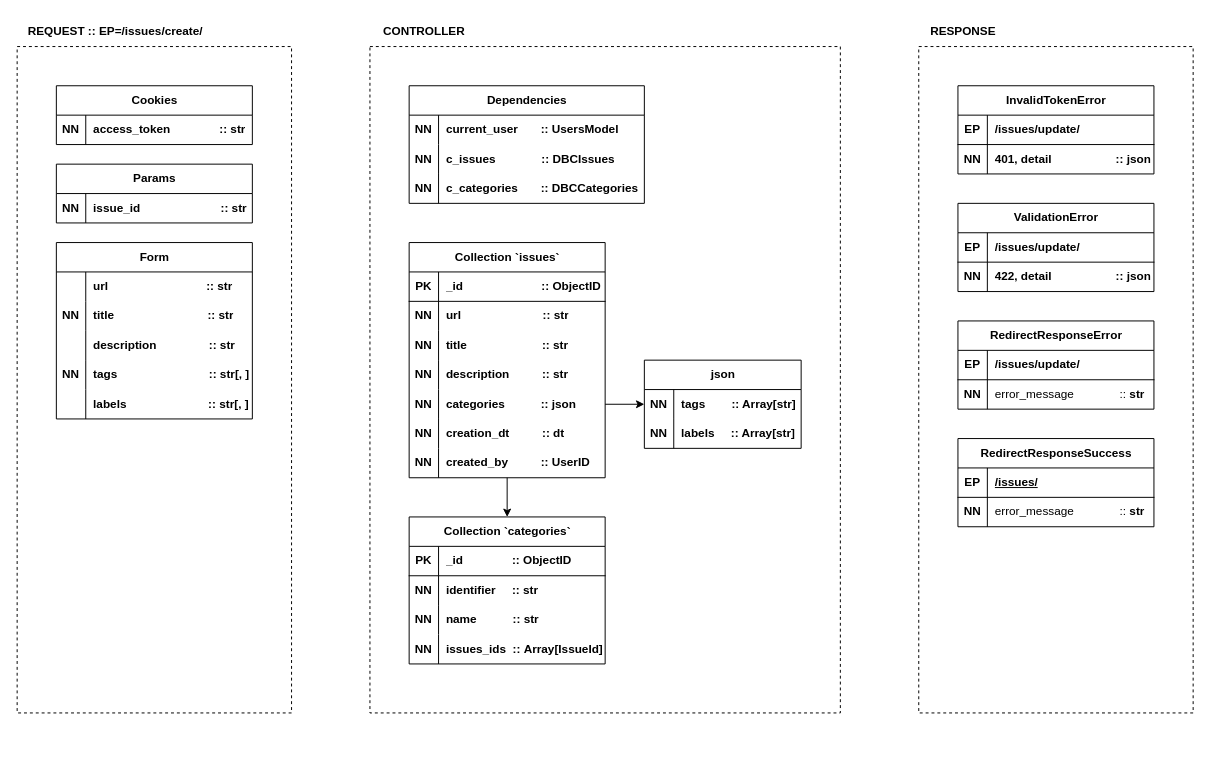
ames0k0/Ticket keeps this draw.io diagram as page "/issues/update/post" (4 of 4) of contributors/__docs/Diagram.drawio. Above is the earlier version. Source tidied: cells renumbered, new cells numbered last; positions are measured from the earlier drawing's top-left corner, leaving out a move shared by most shapes. Both pictures are drawn from the tidied source at 98%, with x=0, y=0 at pixel (17, 17).
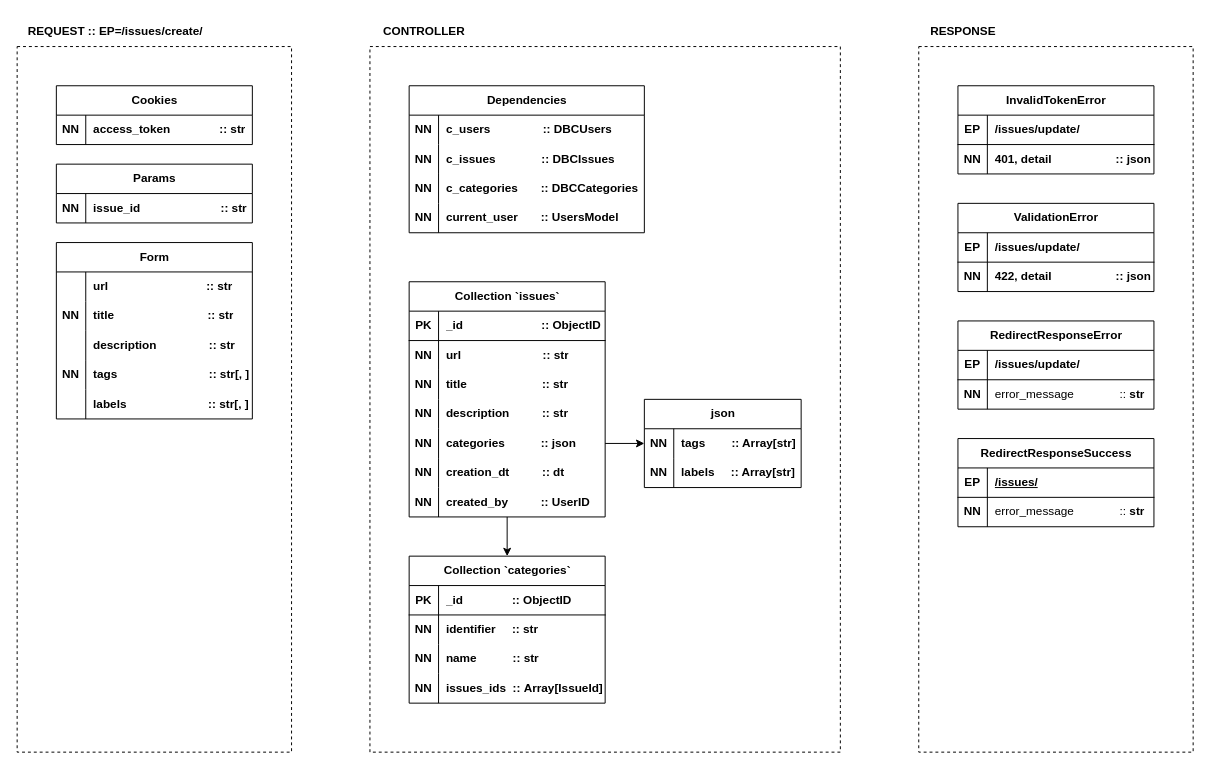
The same diagram, later.

Commit message (it also covers changes not shown here):
[ticket] Contributors: Issues::Update::POST

Unchanged cells that the change refers to:
```xml
<mxCell id="105" style="shape=tableRow;horizontal=0;startSize=0;swimlaneHead=0;swimlaneBody=0;fillColor=none;top=0;left=0;right=0;bottom=0;" parent="104" vertex="1">
  <mxGeometry y="30" width="240" height="30" as="geometry" />
</mxCell>
```

Diff of the diagram source:
```diff
@@
     <mxCell id="19" value="Collection `issues`" style="shape=table;startSize=30;childLayout=tableLayout;rowLines=0;fontStyle=1;align=center;html=1;" parent="1" vertex="1">
-      <mxGeometry x="400" y="230" width="200" height="240" as="geometry" />
+      <mxGeometry x="400" y="270" width="200" height="240" as="geometry" />
     </mxCell>
@@
     <mxCell id="41" value="json" style="shape=table;startSize=30;childLayout=tableLayout;rowLines=0;fontStyle=1;align=center;html=1;" parent="1" vertex="1">
-      <mxGeometry x="640" y="350" width="160" height="90" as="geometry" />
+      <mxGeometry x="640" y="390" width="160" height="90" as="geometry" />
     </mxCell>
@@
     <mxCell id="49" value="Collection `categories`" style="shape=table;startSize=30;childLayout=tableLayout;rowLines=0;fontStyle=1;align=center;html=1;" parent="1" vertex="1">
-      <mxGeometry x="400" y="510" width="200" height="150" as="geometry" />
+      <mxGeometry x="400" y="550" width="200" height="150" as="geometry" />
     </mxCell>
@@
     <mxCell id="76" style="endArrow=none;dashed=1;html=1;rounded=0;" parent="1" edge="1">
       <mxGeometry relative="1" as="geometry">
         <mxPoint y="30" as="sourcePoint" />
         <mxPoint y="30" as="targetPoint" />
         <Array as="points">
           <mxPoint x="280" y="30" />
-          <mxPoint x="280" y="710" />
-          <mxPoint y="710" />
+          <mxPoint x="280" y="750" />
+          <mxPoint y="750" />
         </Array>
       </mxGeometry>
     </mxCell>
     <mxCell id="77" style="endArrow=none;dashed=1;html=1;rounded=0;" parent="1" edge="1">
       <mxGeometry relative="1" as="geometry">
         <mxPoint x="360" y="30" as="sourcePoint" />
         <mxPoint x="360" y="30" as="targetPoint" />
         <Array as="points">
           <mxPoint x="840" y="30" />
-          <mxPoint x="840" y="710" />
-          <mxPoint x="360" y="710" />
+          <mxPoint x="840" y="750" />
+          <mxPoint x="360" y="750" />
         </Array>
       </mxGeometry>
     </mxCell>
@@
     <mxCell id="79" style="endArrow=none;dashed=1;html=1;rounded=0;" parent="1" edge="1">
       <mxGeometry relative="1" as="geometry">
         <mxPoint x="920" y="30" as="sourcePoint" />
         <mxPoint x="920" y="30" as="targetPoint" />
         <Array as="points">
           <mxPoint x="1200" y="30" />
-          <mxPoint x="1200" y="710" />
-          <mxPoint x="920" y="710" />
+          <mxPoint x="1200" y="750" />
+          <mxPoint x="920" y="750" />
         </Array>
       </mxGeometry>
     </mxCell>
@@
     <mxCell id="104" value="Dependencies" style="shape=table;startSize=30;childLayout=tableLayout;rowLines=0;fontStyle=1;align=center;html=1;" parent="1" vertex="1">
-      <mxGeometry x="400" y="70" width="240" height="120" as="geometry" />
+      <mxGeometry x="400" y="70" width="240" height="150" as="geometry" />
     </mxCell>
@@
-    <mxCell id="107" value="current_user&amp;nbsp; &amp;nbsp; &amp;nbsp; &amp;nbsp;:: UsersModel" style="shape=partialRectangle;fillColor=none;top=0;left=0;bottom=0;right=0;align=left;spacingLeft=6;overflow=hidden;whiteSpace=wrap;html=1;fontStyle=1;" parent="105" vertex="1">
+    <mxCell id="107" value="c_users&amp;nbsp; &amp;nbsp; &amp;nbsp; &amp;nbsp; &amp;nbsp; &amp;nbsp; &amp;nbsp; &amp;nbsp; :: DBCUsers" style="shape=partialRectangle;fillColor=none;top=0;left=0;bottom=0;right=0;align=left;spacingLeft=6;overflow=hidden;whiteSpace=wrap;html=1;fontStyle=1;" parent="105" vertex="1">
       <mxGeometry x="30" width="210" height="30" as="geometry" />
     </mxCell>
+    <mxCell id="114" style="shape=tableRow;horizontal=0;startSize=0;swimlaneHead=0;swimlaneBody=0;fillColor=none;top=0;left=0;right=0;bottom=0;" parent="104" vertex="1">
+      <mxGeometry y="60" width="240" height="30" as="geometry" />
+    </mxCell>
+    <mxCell id="115" value="&lt;b&gt;NN&lt;/b&gt;" style="shape=partialRectangle;fillColor=none;top=0;left=0;bottom=0;right=0;overflow=hidden;whiteSpace=wrap;html=1;" parent="114" vertex="1">
+      <mxGeometry width="30" height="30" as="geometry" />
+    </mxCell>
+    <mxCell id="116" value="c_issues&amp;nbsp; &amp;nbsp; &amp;nbsp; &amp;nbsp; &amp;nbsp; &amp;nbsp; &amp;nbsp; :: DBCIssues" style="shape=partialRectangle;fillColor=none;top=0;left=0;bottom=0;right=0;align=left;spacingLeft=6;overflow=hidden;whiteSpace=wrap;html=1;fontStyle=1;" parent="114" vertex="1">
+      <mxGeometry x="30" width="210" height="30" as="geometry" />
+    </mxCell>
     <mxCell id="108" style="shape=tableRow;horizontal=0;startSize=0;swimlaneHead=0;swimlaneBody=0;fillColor=none;top=0;left=0;right=0;bottom=0;" parent="104" vertex="1">
-      <mxGeometry y="60" width="240" height="30" as="geometry" />
+      <mxGeometry y="90" width="240" height="30" as="geometry" />
     </mxCell>
@@
-    <mxCell id="110" value="c_issues&amp;nbsp; &amp;nbsp; &amp;nbsp; &amp;nbsp; &amp;nbsp; &amp;nbsp; &amp;nbsp; :: DBCIssues" style="shape=partialRectangle;fillColor=none;top=0;left=0;bottom=0;right=0;align=left;spacingLeft=6;overflow=hidden;whiteSpace=wrap;html=1;fontStyle=1;" parent="108" vertex="1">
+    <mxCell id="110" value="c_categories&amp;nbsp; &amp;nbsp; &amp;nbsp; &amp;nbsp;:: DBCCategories" style="shape=partialRectangle;fillColor=none;top=0;left=0;bottom=0;right=0;align=left;spacingLeft=6;overflow=hidden;whiteSpace=wrap;html=1;fontStyle=1;" parent="108" vertex="1">
       <mxGeometry x="30" width="210" height="30" as="geometry" />
     </mxCell>
     <mxCell id="111" style="shape=tableRow;horizontal=0;startSize=0;swimlaneHead=0;swimlaneBody=0;fillColor=none;top=0;left=0;right=0;bottom=0;" parent="104" vertex="1">
-      <mxGeometry y="90" width="240" height="30" as="geometry" />
+      <mxGeometry y="120" width="240" height="30" as="geometry" />
     </mxCell>
@@
-    <mxCell id="113" value="c_categories&amp;nbsp; &amp;nbsp; &amp;nbsp; &amp;nbsp;:: DBCCategories" style="shape=partialRectangle;fillColor=none;top=0;left=0;bottom=0;right=0;align=left;spacingLeft=6;overflow=hidden;whiteSpace=wrap;html=1;fontStyle=1;" parent="111" vertex="1">
+    <mxCell id="113" value="current_user&amp;nbsp; &amp;nbsp; &amp;nbsp; &amp;nbsp;:: UsersModel" style="shape=partialRectangle;fillColor=none;top=0;left=0;bottom=0;right=0;align=left;spacingLeft=6;overflow=hidden;whiteSpace=wrap;html=1;fontStyle=1;" parent="111" vertex="1">
       <mxGeometry x="30" width="210" height="30" as="geometry" />
     </mxCell>
```
